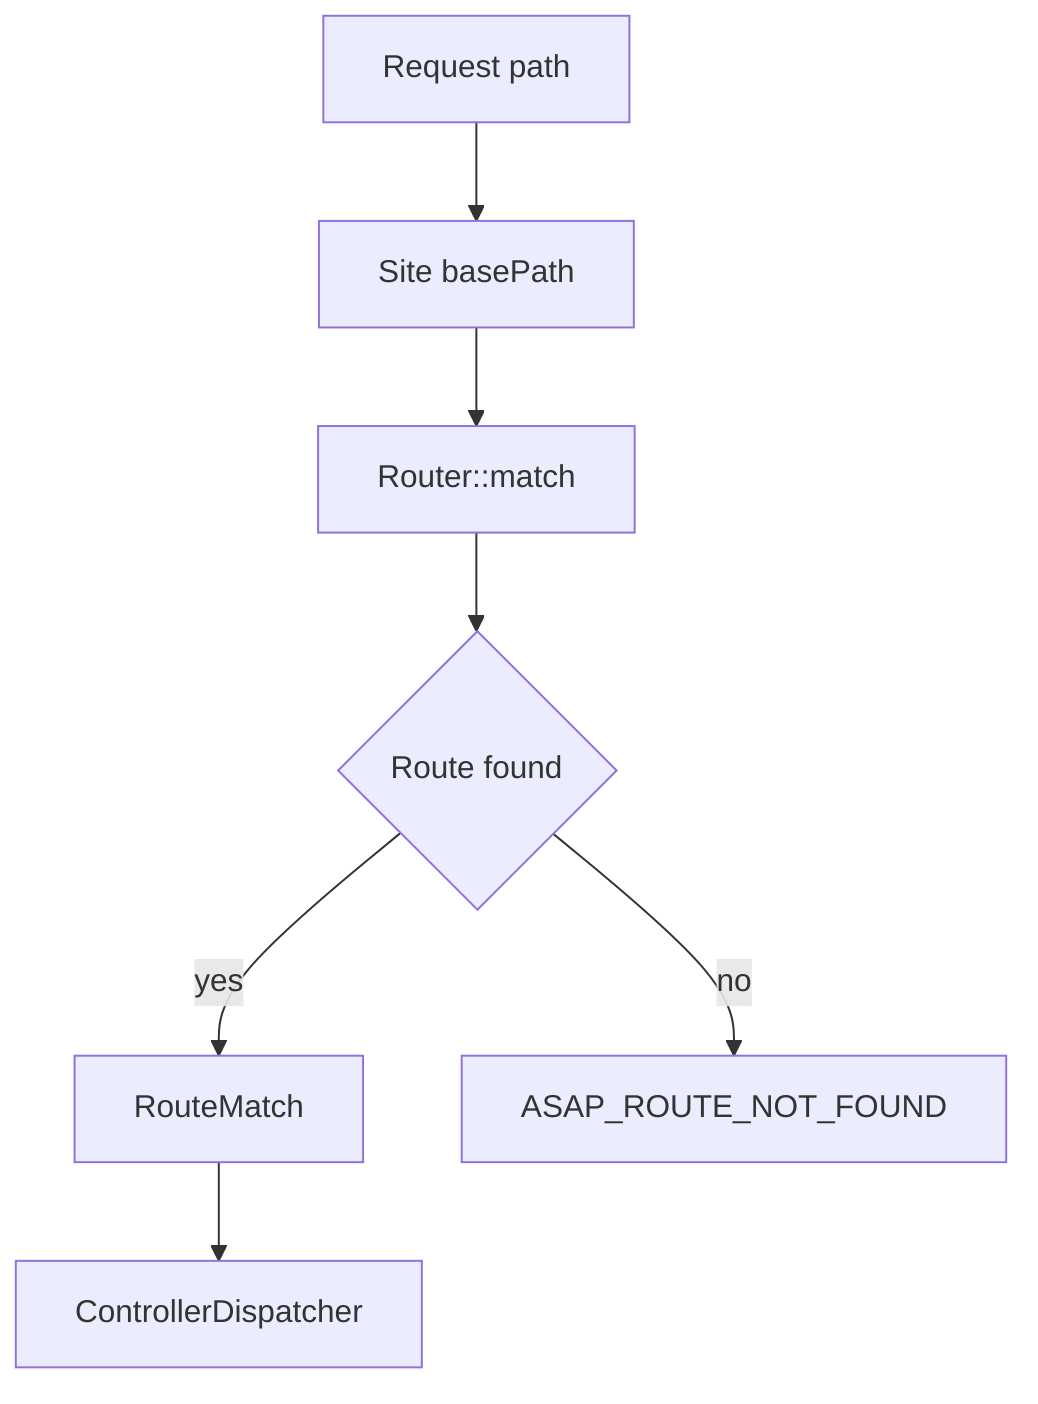
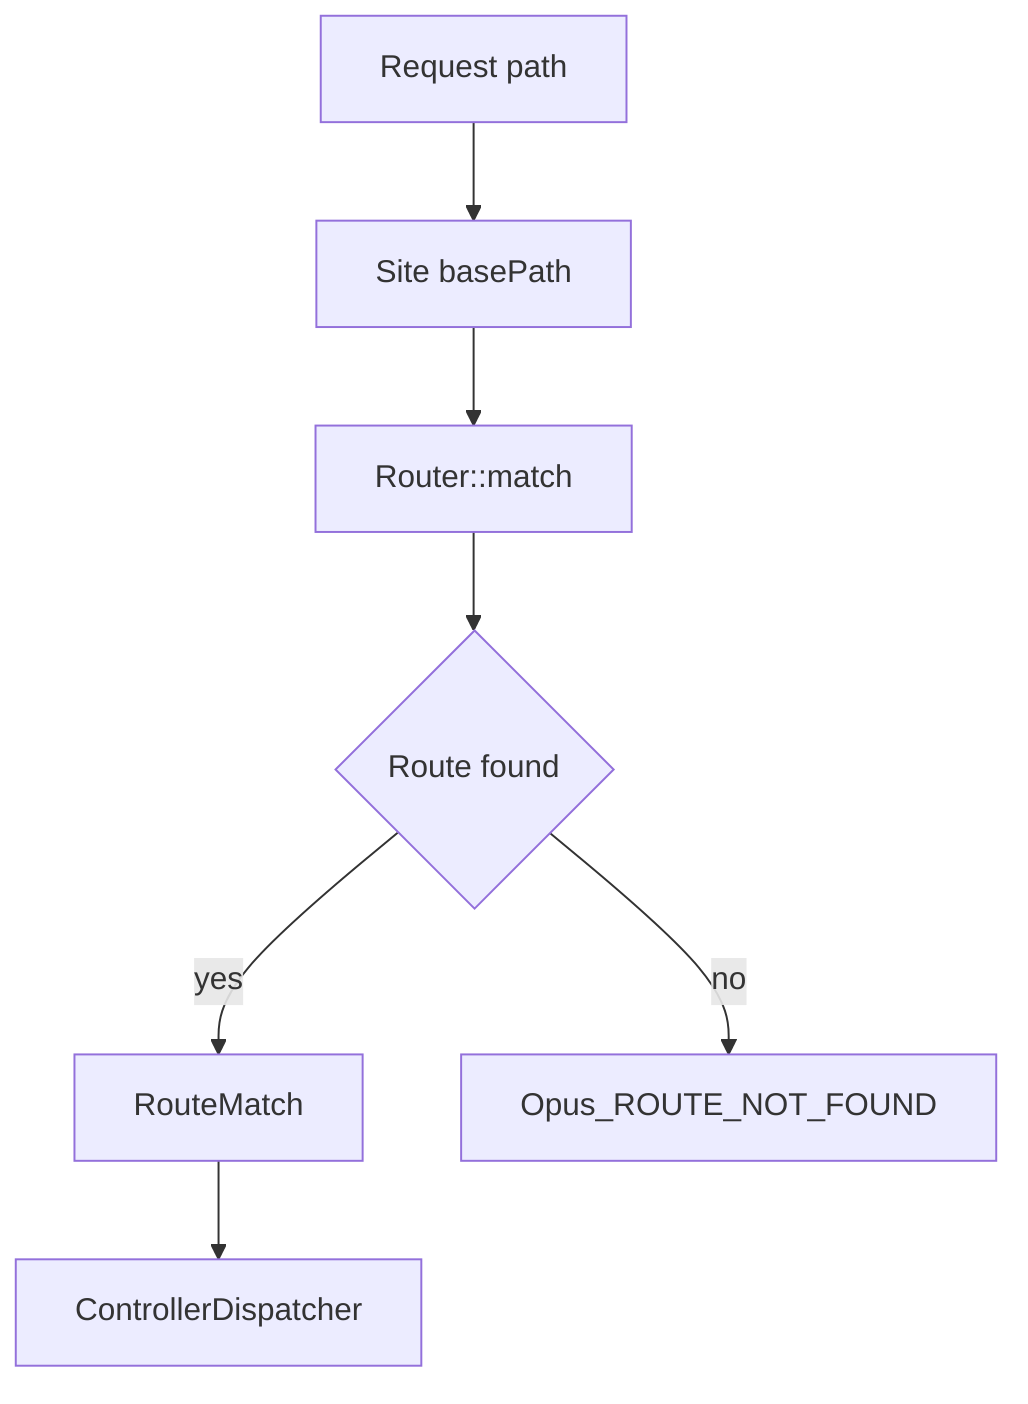
flowchart TD
    A[Request path] --> B[Site basePath]
    B --> C[Router::match]
    C --> D{Route found}
    D -- yes --> E[RouteMatch]
-     D -- no --> F[ASAP_ROUTE_NOT_FOUND]
+     D -- no --> F[Opus_ROUTE_NOT_FOUND]
    E --> G[ControllerDispatcher]
